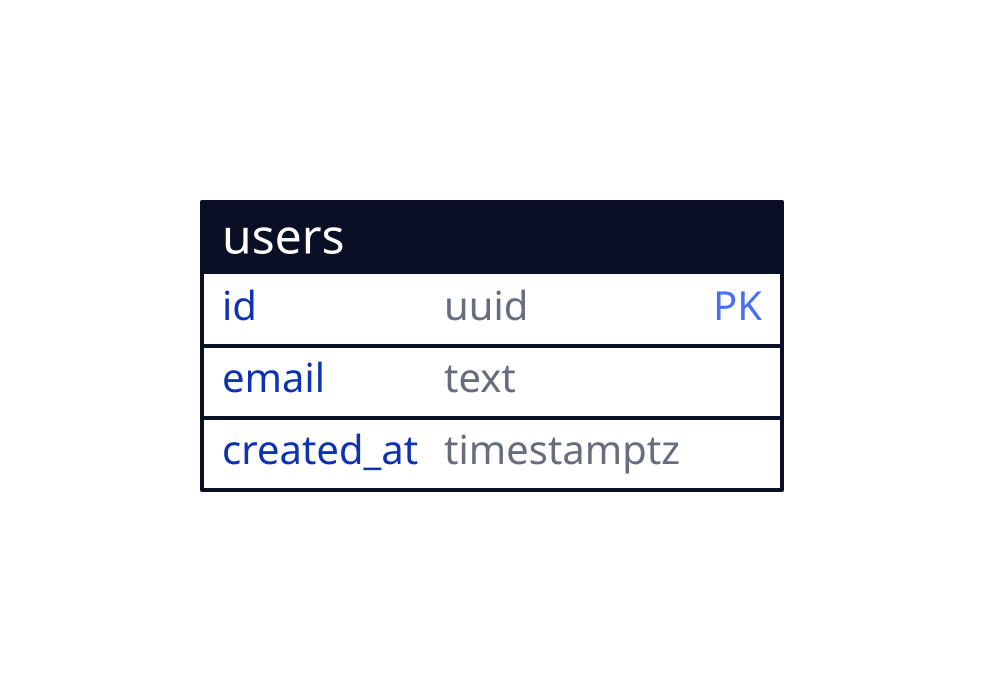
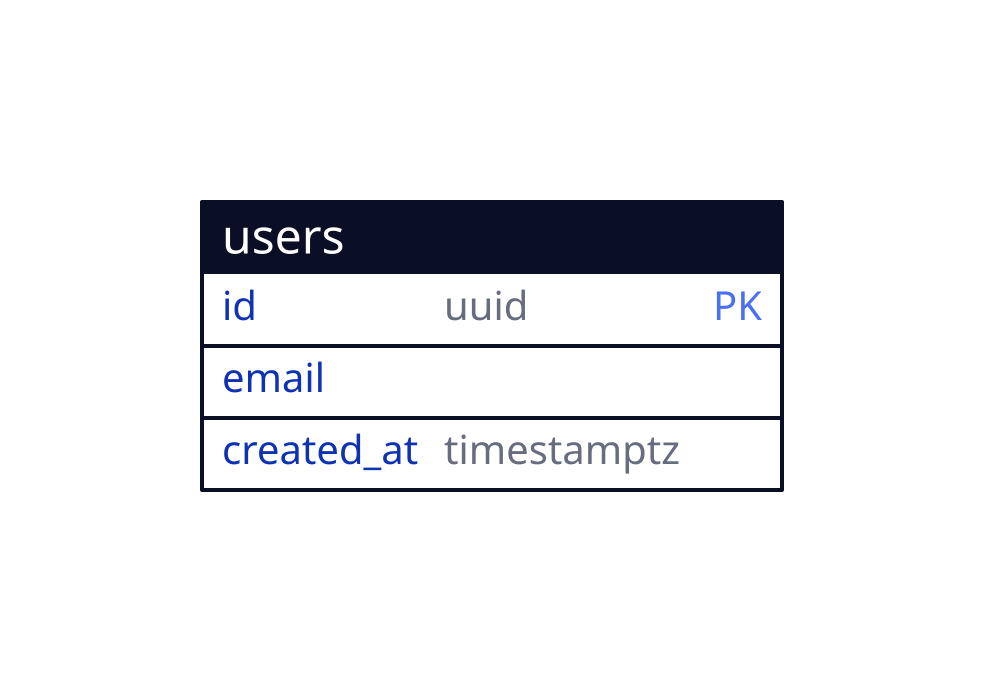
users: {
  shape: sql_table
  id: uuid {constraint: primary_key}
-   email: text
+   email: email
  created_at: timestamptz
}
